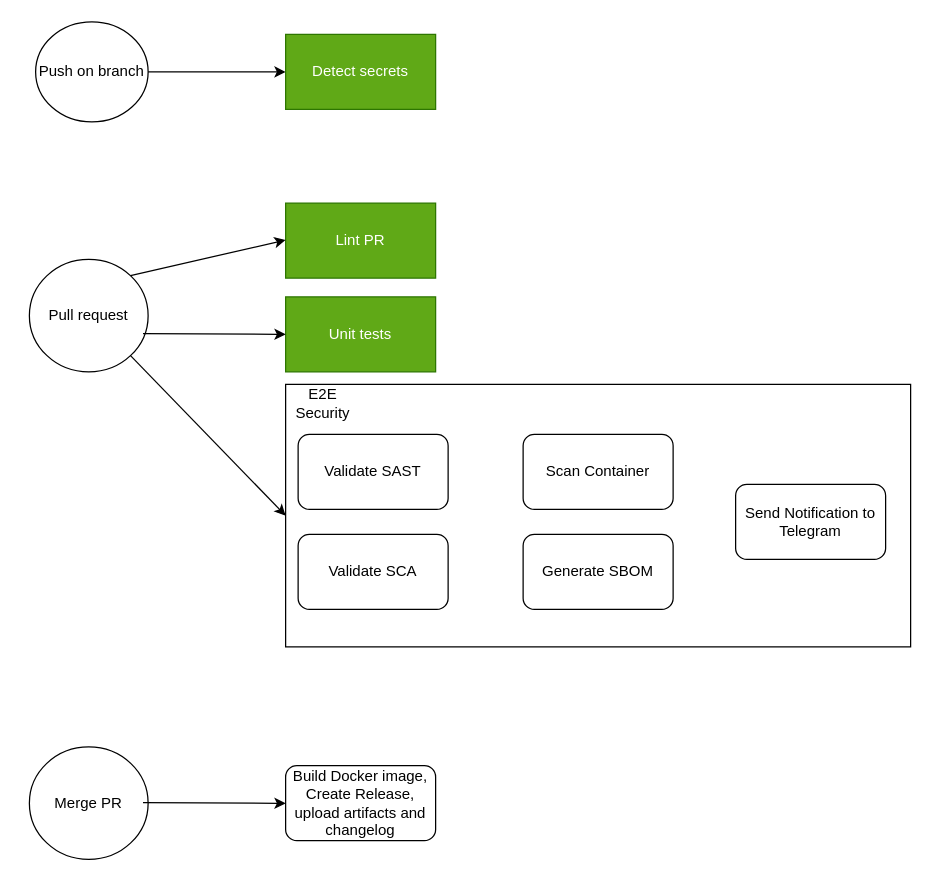
kuchtek/budget-bot keeps this draw.io diagram as img/cicd_concept.drawio. Above is the earlier version. Source tidied: cells renumbered, new cells numbered last; positions are measured from the earlier drawing's top-left corner, leaving out a move shared by most shapes. Both pictures are drawn from the tidied source at 125%, with x=0, y=0 at pixel (29, 21).
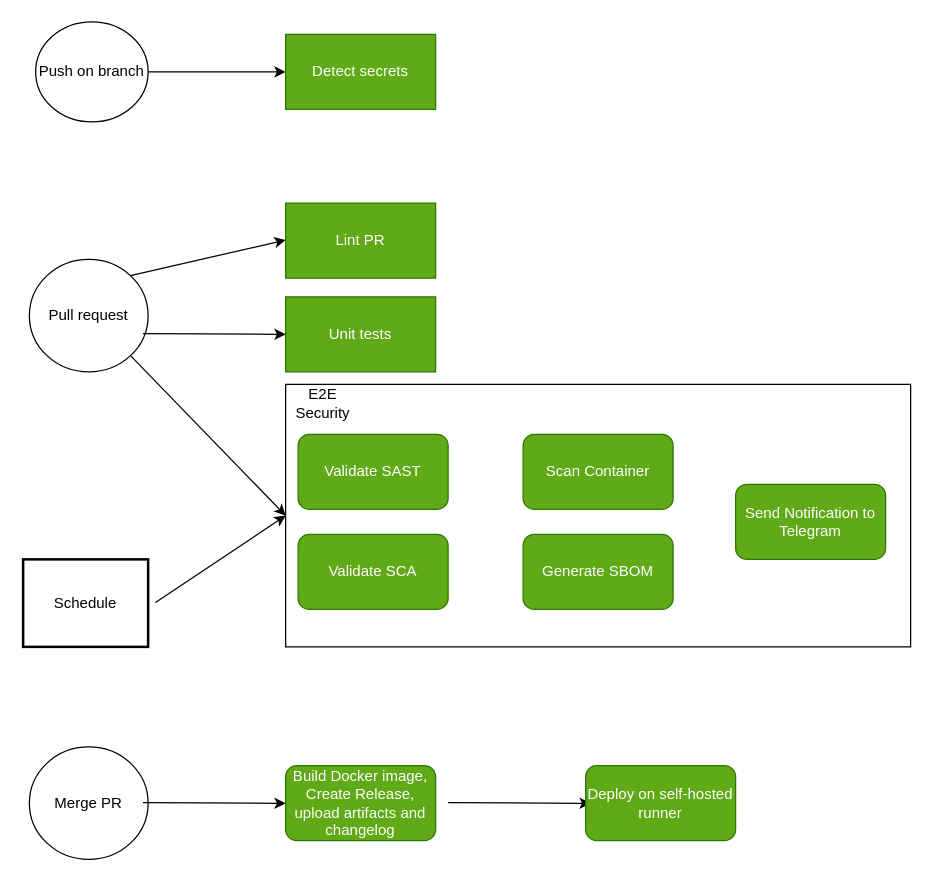
After the change.

The change refers to these unchanged cells:
```xml
<mxCell id="10" style="rounded=0;whiteSpace=wrap;html=1;" parent="1" vertex="1">
  <mxGeometry x="205" y="290" width="500" height="210" as="geometry" />
</mxCell>
```

Change to the diagram source:
```diff
@@
-    <mxCell id="11" value="Validate SAST" style="rounded=1;whiteSpace=wrap;html=1;" parent="1" vertex="1">
+    <mxCell id="11" value="Validate SAST" style="rounded=1;whiteSpace=wrap;html=1;fillColor=#60a917;fontColor=#ffffff;strokeColor=#2D7600;" parent="1" vertex="1">
       <mxGeometry x="215" y="330" width="120" height="60" as="geometry" />
     </mxCell>
@@
-    <mxCell id="13" value="Validate SCA" style="rounded=1;whiteSpace=wrap;html=1;" parent="1" vertex="1">
+    <mxCell id="13" value="Validate SCA" style="rounded=1;whiteSpace=wrap;html=1;fillColor=#60a917;fontColor=#ffffff;strokeColor=#2D7600;" parent="1" vertex="1">
       <mxGeometry x="215" y="410" width="120" height="60" as="geometry" />
     </mxCell>
-    <mxCell id="14" value="Scan Container" style="rounded=1;whiteSpace=wrap;html=1;" parent="1" vertex="1">
+    <mxCell id="14" value="Scan Container" style="rounded=1;whiteSpace=wrap;html=1;fillColor=#60a917;fontColor=#ffffff;strokeColor=#2D7600;" parent="1" vertex="1">
       <mxGeometry x="395" y="330" width="120" height="60" as="geometry" />
     </mxCell>
-    <mxCell id="15" value="Generate SBOM" style="rounded=1;whiteSpace=wrap;html=1;" parent="1" vertex="1">
+    <mxCell id="15" value="Generate SBOM" style="rounded=1;whiteSpace=wrap;html=1;fillColor=#60a917;fontColor=#ffffff;strokeColor=#2D7600;" parent="1" vertex="1">
       <mxGeometry x="395" y="410" width="120" height="60" as="geometry" />
     </mxCell>
-    <mxCell id="16" value="Send Notification to Telegram" style="rounded=1;whiteSpace=wrap;html=1;" parent="1" vertex="1">
+    <mxCell id="16" value="Send Notification to Telegram" style="rounded=1;whiteSpace=wrap;html=1;fillColor=#60a917;fontColor=#ffffff;strokeColor=#2D7600;" parent="1" vertex="1">
       <mxGeometry x="565" y="370" width="120" height="60" as="geometry" />
     </mxCell>
@@
-    <mxCell id="20" value="Build Docker image, Create Release, upload artifacts and changelog" style="rounded=1;whiteSpace=wrap;html=1;" parent="1" vertex="1">
+    <mxCell id="20" value="Build Docker image, Create Release, upload artifacts and changelog" style="rounded=1;whiteSpace=wrap;html=1;fillColor=#60a917;fontColor=#ffffff;strokeColor=#2D7600;" parent="1" vertex="1">
       <mxGeometry x="205" y="595" width="120" height="60" as="geometry" />
     </mxCell>
+    <mxCell id="21" style="endArrow=classic;html=1;exitX=1;exitY=0;exitDx=0;exitDy=0;entryX=0;entryY=0.5;entryDx=0;entryDy=0;" parent="1" edge="1">
+      <mxGeometry relative="1" as="geometry">
+        <mxPoint x="335" y="624.5" as="sourcePoint" />
+        <mxPoint x="449.1" y="625.2" as="targetPoint" />
+      </mxGeometry>
+    </mxCell>
+    <mxCell id="22" value="Deploy on self-hosted runner" style="rounded=1;whiteSpace=wrap;html=1;fillColor=#60a917;fontColor=#ffffff;strokeColor=#2D7600;" parent="1" vertex="1">
+      <mxGeometry x="445" y="595" width="120" height="60" as="geometry" />
+    </mxCell>
+    <mxCell id="23" value="Schedule" style="strokeWidth=2;html=1;shape=mxgraph.lean_mapping.schedule;whiteSpace=wrap;align=center;" parent="1" vertex="1">
+      <mxGeometry x="-5" y="430" width="100" height="70" as="geometry" />
+    </mxCell>
+    <mxCell id="24" style="endArrow=classic;html=1;exitX=1;exitY=0;exitDx=0;exitDy=0;entryX=0;entryY=0.5;entryDx=0;entryDy=0;" parent="1" edge="1" target="10">
+      <mxGeometry relative="1" as="geometry">
+        <mxPoint x="100.9" y="464.5" as="sourcePoint" />
+      </mxGeometry>
+    </mxCell>
```
